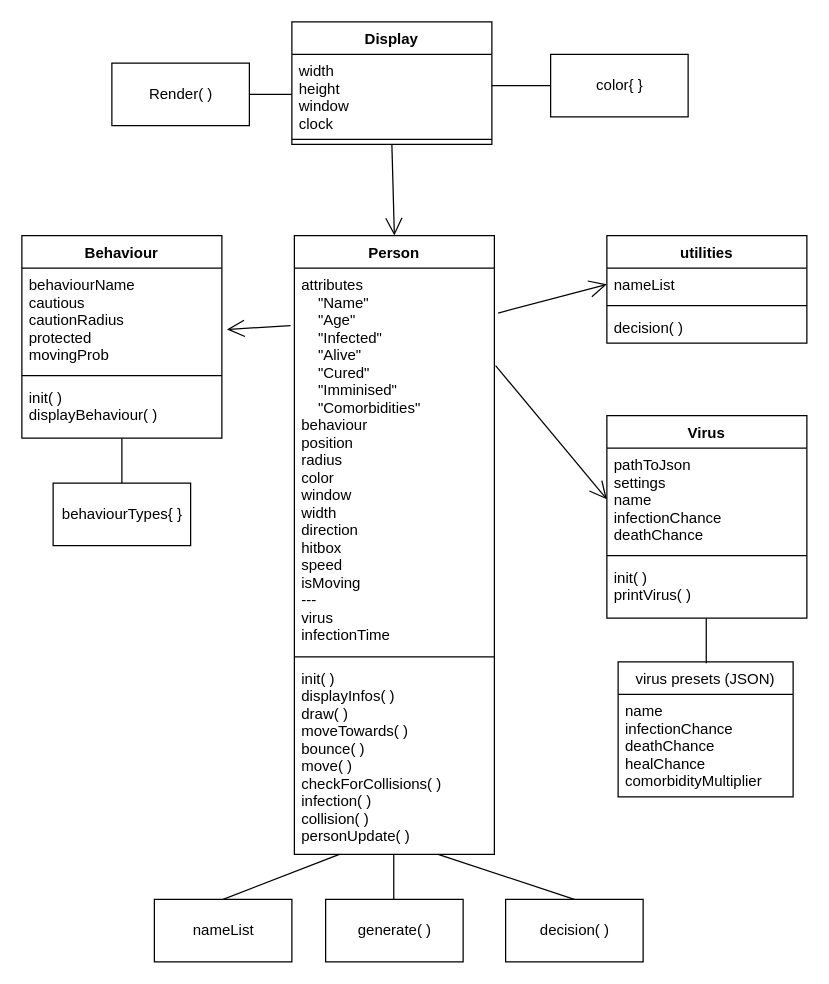
Kozukq/virus_spread keeps this draw.io diagram as resources/UML.drawio. Above is the earlier version. Source tidied: cells renumbered, new cells numbered last; positions are measured from the earlier drawing's top-left corner, leaving out a move shared by most shapes. Both pictures are drawn from the tidied source at 125%, with x=0, y=0 at pixel (21, 21).
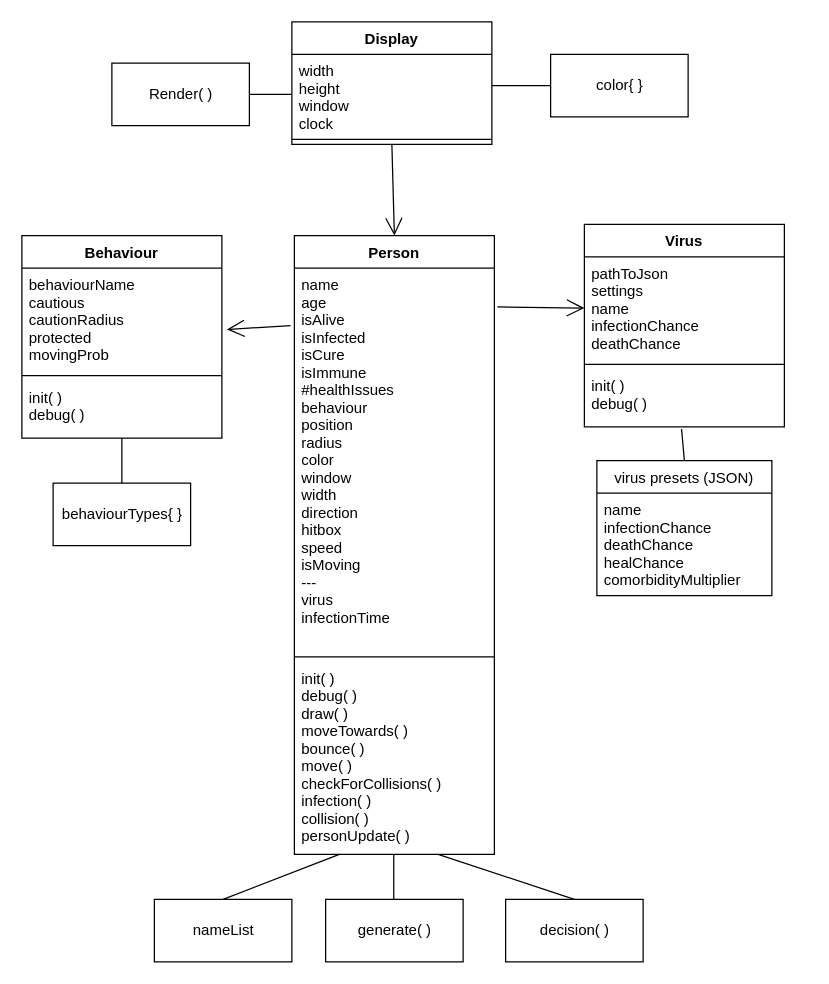
The same diagram, later.

Unchanged cells that the change refers to:
```xml
<mxCell id="4" value="Display" style="swimlane;fontStyle=1;align=center;verticalAlign=top;horizontal=1;startSize=26;" parent="1" vertex="1">
  <mxGeometry x="216" width="160" height="98" as="geometry" />
</mxCell>
<mxCell id="17" value="Behaviour" style="swimlane;fontStyle=1;align=center;verticalAlign=top;horizontal=1;startSize=26;" parent="1" vertex="1">
  <mxGeometry y="171" width="160" height="162" as="geometry" />
</mxCell>
<mxCell id="21" value="Person" style="swimlane;fontStyle=1;align=center;verticalAlign=top;horizontal=1;startSize=26;" parent="1" vertex="1">
  <mxGeometry x="218" y="171" width="160" height="495" as="geometry" />
</mxCell>
<mxCell id="30" value="pathToJson&#10;settings&#10;name&#10;infectionChance&#10;deathChance&#10;" style="text;strokeColor=none;fillColor=none;align=left;verticalAlign=top;spacingLeft=4;spacingRight=4;overflow=hidden;points=[[0,0.5],[1,0.5]];portConstraint=eastwest;" parent="29" vertex="1">
  <mxGeometry y="26" width="160" height="82" as="geometry" />
</mxCell>
```

The edit, as a diff of the source:
```diff
@@
-    <mxCell id="9" style="endArrow=none;html=1;exitX=0.5;exitY=0;exitDx=0;exitDy=0;" parent="1" edge="1">
-      <mxGeometry relative="1" as="geometry">
-        <mxPoint x="547.5" y="513" as="sourcePoint" />
-        <mxPoint x="547.5" y="477" as="targetPoint" />
-      </mxGeometry>
+    <mxCell id="9" style="endArrow=none;html=1;exitX=0.5;exitY=0;exitDx=0;exitDy=0;entryX=0.486;entryY=1.036;entryDx=0;entryDy=0;entryPerimeter=0;" parent="1" edge="1" source="33" target="32">
+      <mxGeometry relative="1" as="geometry" />
     </mxCell>
@@
-    <mxCell id="15" style="endArrow=open;endFill=1;endSize=12;html=1;exitX=1.019;exitY=0.117;exitDx=0;exitDy=0;exitPerimeter=0;entryX=0;entryY=0.5;entryDx=0;entryDy=0;" parent="1" edge="1" source="22" target="26">
-      <mxGeometry relative="1" as="geometry" />
-    </mxCell>
-    <mxCell id="16" style="endArrow=open;endFill=1;endSize=12;html=1;exitX=1.006;exitY=0.254;exitDx=0;exitDy=0;exitPerimeter=0;entryX=0;entryY=0.5;entryDx=0;entryDy=0;" parent="1" edge="1" source="22" target="30">
+    <mxCell id="16" style="endArrow=open;endFill=1;endSize=12;html=1;exitX=1.015;exitY=0.101;exitDx=0;exitDy=0;exitPerimeter=0;entryX=0;entryY=0.5;entryDx=0;entryDy=0;" parent="1" edge="1" source="22" target="30">
       <mxGeometry relative="1" as="geometry" />
     </mxCell>
@@
-    <mxCell id="20" value="init( )&#10;displayBehaviour( )" style="text;strokeColor=none;fillColor=none;align=left;verticalAlign=top;spacingLeft=4;spacingRight=4;overflow=hidden;" parent="17" vertex="1">
+    <mxCell id="20" value="init( )&#10;debug( )" style="text;strokeColor=none;fillColor=none;align=left;verticalAlign=top;spacingLeft=4;spacingRight=4;overflow=hidden;" parent="17" vertex="1">
       <mxGeometry y="116" width="160" height="46" as="geometry" />
     </mxCell>
@@
-    <mxCell id="22" value="attributes&#10;    &quot;Name&quot;&#10;    &quot;Age&quot;&#10;    &quot;Infected&quot;&#10;    &quot;Alive&quot;&#10;    &quot;Cured&quot;&#10;    &quot;Imminised&quot;&#10;    &quot;Comorbidities&quot;&#10;behaviour&#10;position&#10;radius&#10;color&#10;window&#10;width&#10;direction&#10;hitbox&#10;speed&#10;isMoving&#10;---&#10;virus&#10;infectionTime&#10;" style="text;strokeColor=none;fillColor=none;align=left;verticalAlign=top;spacingLeft=4;spacingRight=4;overflow=hidden;points=[[0,0.5],[1,0.5]];portConstraint=eastwest;" parent="21" vertex="1">
+    <mxCell id="22" value="name&#10;age&#10;isAlive&#10;isInfected&#10;isCure&#10;isImmune&#10;#healthIssues&#10;behaviour&#10;position&#10;radius&#10;color&#10;window&#10;width&#10;direction&#10;hitbox&#10;speed&#10;isMoving&#10;---&#10;virus&#10;infectionTime&#10;" style="text;strokeColor=none;fillColor=none;align=left;verticalAlign=top;spacingLeft=4;spacingRight=4;overflow=hidden;points=[[0,0.5],[1,0.5]];portConstraint=eastwest;" parent="21" vertex="1">
       <mxGeometry y="26" width="160" height="307" as="geometry" />
     </mxCell>
@@
-    <mxCell id="24" value="init( )&#10;displayInfos( )&#10;draw( )&#10;moveTowards( )&#10;bounce( )&#10;move( )&#10;checkForCollisions( )&#10;infection( )&#10;collision( )&#10;personUpdate( )" style="text;strokeColor=none;fillColor=none;align=left;verticalAlign=top;spacingLeft=4;spacingRight=4;overflow=hidden;" parent="21" vertex="1">
+    <mxCell id="24" value="init( )&#10;debug( )&#10;draw( )&#10;moveTowards( )&#10;bounce( )&#10;move( )&#10;checkForCollisions( )&#10;infection( )&#10;collision( )&#10;personUpdate( )" style="text;strokeColor=none;fillColor=none;align=left;verticalAlign=top;spacingLeft=4;spacingRight=4;overflow=hidden;" parent="21" vertex="1">
       <mxGeometry y="341" width="160" height="154" as="geometry" />
     </mxCell>
-    <mxCell id="25" value="utilities" style="swimlane;fontStyle=1;align=center;verticalAlign=top;horizontal=1;startSize=26;" parent="1" vertex="1">
-      <mxGeometry x="468" y="171" width="160" height="86" as="geometry" />
-    </mxCell>
-    <mxCell id="26" value="nameList" style="text;strokeColor=none;fillColor=none;align=left;verticalAlign=top;spacingLeft=4;spacingRight=4;overflow=hidden;points=[[0,0.5],[1,0.5]];portConstraint=eastwest;" parent="25" vertex="1">
-      <mxGeometry y="26" width="160" height="26" as="geometry" />
-    </mxCell>
-    <mxCell id="27" style="line;strokeWidth=1;fillColor=none;align=left;verticalAlign=middle;spacingTop=-1;spacingLeft=3;spacingRight=3;labelPosition=right;" parent="25" vertex="1">
-      <mxGeometry y="52" width="160" height="8" as="geometry" />
-    </mxCell>
-    <mxCell id="28" value="decision( )" style="text;strokeColor=none;fillColor=none;align=left;verticalAlign=top;spacingLeft=4;spacingRight=4;overflow=hidden;" parent="25" vertex="1">
-      <mxGeometry y="60" width="160" height="26" as="geometry" />
-    </mxCell>
+    <mxCell id="35" style="endArrow=open;endFill=1;endSize=12;html=1;exitX=0.5;exitY=1;exitDx=0;exitDy=0;entryX=0.5;entryY=0;entryDx=0;entryDy=0;" parent="1" edge="1" source="4" target="21">
+      <mxGeometry relative="1" as="geometry" />
+    </mxCell>
+    <mxCell id="36" value="nameList" style="html=1;" parent="1" vertex="1">
+      <mxGeometry x="106" y="702" width="110" height="50" as="geometry" />
+    </mxCell>
+    <mxCell id="37" style="endArrow=none;html=1;exitX=0.5;exitY=0;exitDx=0;exitDy=0;" parent="1" edge="1" source="36">
+      <mxGeometry relative="1" as="geometry">
+        <mxPoint x="254" y="666" as="targetPoint" />
+      </mxGeometry>
+    </mxCell>
+    <mxCell id="38" value="decision( )" style="html=1;" parent="1" vertex="1">
+      <mxGeometry x="387" y="702" width="110" height="50" as="geometry" />
+    </mxCell>
+    <mxCell id="39" style="endArrow=none;html=1;exitX=0.5;exitY=0;exitDx=0;exitDy=0;" parent="1" edge="1" source="38">
+      <mxGeometry relative="1" as="geometry">
+        <mxPoint x="333" y="666" as="targetPoint" />
+      </mxGeometry>
+    </mxCell>
     <mxCell id="29" value="Virus" style="swimlane;fontStyle=1;align=center;verticalAlign=top;horizontal=1;startSize=26;" parent="1" vertex="1">
-      <mxGeometry x="468" y="315" width="160" height="162" as="geometry" />
+      <mxGeometry x="450" y="162" width="160" height="162" as="geometry" />
     </mxCell>
@@
-    <mxCell id="32" value="init( )&#10;printVirus( )" style="text;strokeColor=none;fillColor=none;align=left;verticalAlign=top;spacingLeft=4;spacingRight=4;overflow=hidden;points=[[0,0.5],[1,0.5]];portConstraint=eastwest;" parent="29" vertex="1">
+    <mxCell id="32" value="init( )&#10;debug( )" style="text;strokeColor=none;fillColor=none;align=left;verticalAlign=top;spacingLeft=4;spacingRight=4;overflow=hidden;points=[[0,0.5],[1,0.5]];portConstraint=eastwest;" parent="29" vertex="1">
       <mxGeometry y="116" width="160" height="46" as="geometry" />
     </mxCell>
     <mxCell id="33" value="virus presets (JSON)" style="swimlane;fontStyle=0;horizontal=1;startSize=26;fillColor=none;" parent="1" vertex="1">
-      <mxGeometry x="477" y="512" width="140" height="108" as="geometry" />
+      <mxGeometry x="460" y="351" width="140" height="108" as="geometry" />
     </mxCell>
@@
-    <mxCell id="35" style="endArrow=open;endFill=1;endSize=12;html=1;exitX=0.5;exitY=1;exitDx=0;exitDy=0;entryX=0.5;entryY=0;entryDx=0;entryDy=0;" parent="1" edge="1" source="4" target="21">
-      <mxGeometry relative="1" as="geometry" />
-    </mxCell>
-    <mxCell id="36" value="nameList" style="html=1;" parent="1" vertex="1">
-      <mxGeometry x="106" y="702" width="110" height="50" as="geometry" />
-    </mxCell>
-    <mxCell id="37" style="endArrow=none;html=1;exitX=0.5;exitY=0;exitDx=0;exitDy=0;" parent="1" edge="1" source="36">
-      <mxGeometry relative="1" as="geometry">
-        <mxPoint x="254" y="666" as="targetPoint" />
-      </mxGeometry>
-    </mxCell>
-    <mxCell id="38" value="decision( )" style="html=1;" parent="1" vertex="1">
-      <mxGeometry x="387" y="702" width="110" height="50" as="geometry" />
-    </mxCell>
-    <mxCell id="39" style="endArrow=none;html=1;exitX=0.5;exitY=0;exitDx=0;exitDy=0;" parent="1" edge="1" source="38">
-      <mxGeometry relative="1" as="geometry">
-        <mxPoint x="333" y="666" as="targetPoint" />
-      </mxGeometry>
-    </mxCell>
```
